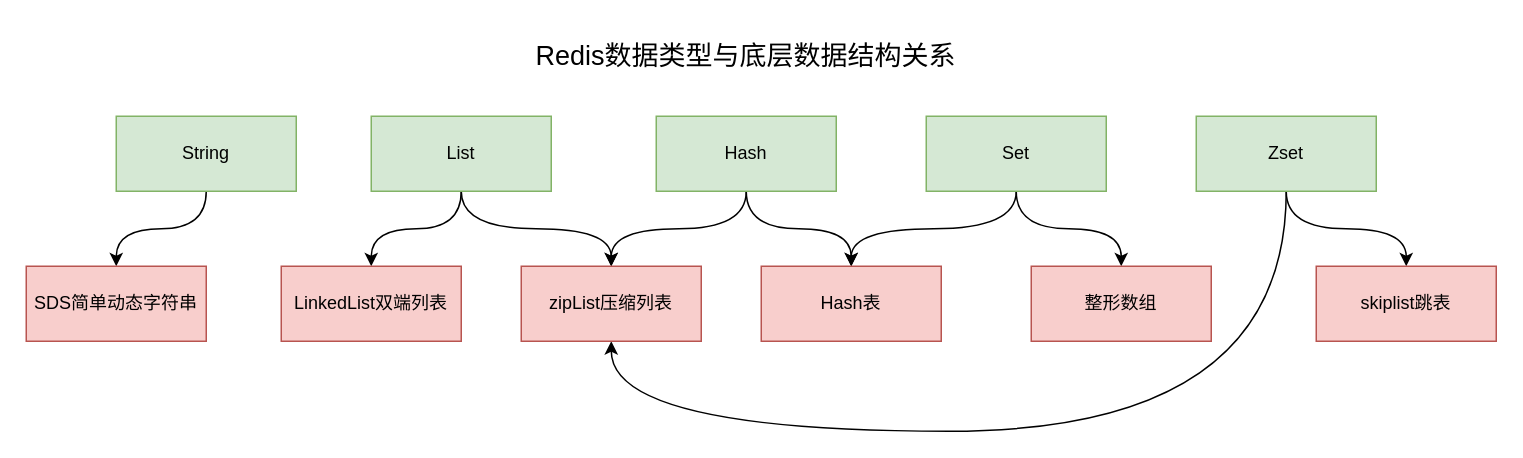
huyun0614/draw.io keeps this draw.io diagram as Reids学习.drawio. Above is the earlier version. Source tidied: cells renumbered, new cells numbered last; positions are measured from the earlier drawing's top-left corner, leaving out a move shared by most shapes. Both pictures are drawn from the tidied source at 150%, with x=0, y=0 at pixel (26, 26).
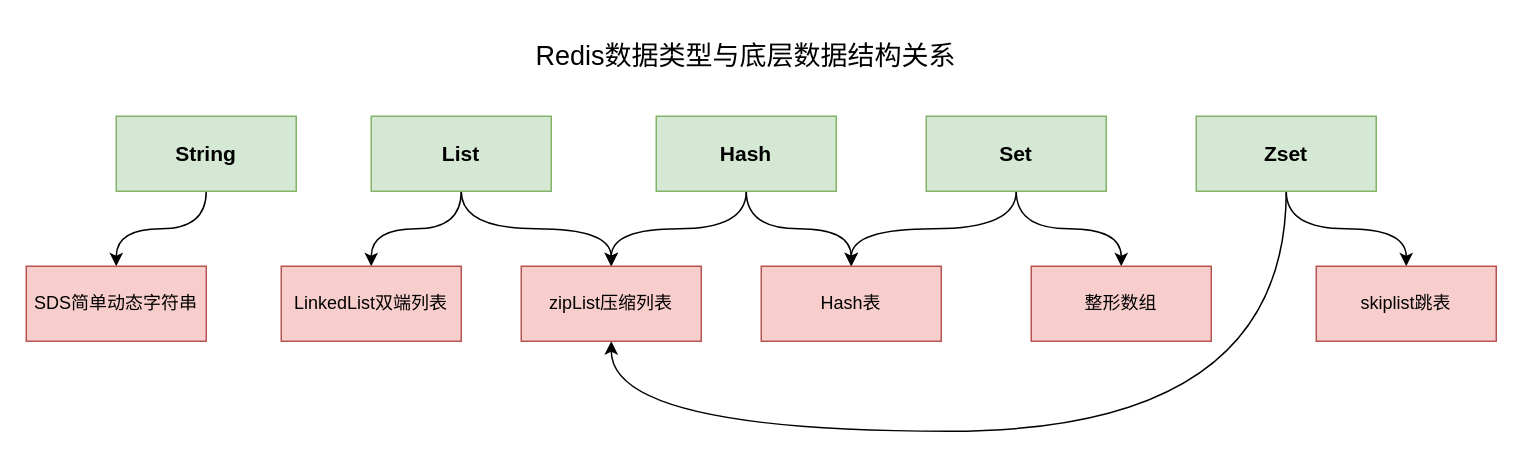
Above is the later version.

The edit, as a diff of the source:
```diff
@@
-    <mxCell id="3" value="String" style="rounded=0;whiteSpace=wrap;html=1;fillColor=#d5e8d4;strokeColor=#82b366;" parent="1" vertex="1">
+    <mxCell id="3" value="&lt;b&gt;&lt;font style=&quot;font-size: 14px&quot;&gt;String&lt;/font&gt;&lt;/b&gt;" style="rounded=0;whiteSpace=wrap;html=1;fillColor=#d5e8d4;strokeColor=#82b366;" parent="1" vertex="1">
       <mxGeometry x="60" y="60" width="120" height="50" as="geometry" />
     </mxCell>
@@
-    <mxCell id="6" value="List" style="rounded=0;whiteSpace=wrap;html=1;fillColor=#d5e8d4;strokeColor=#82b366;" parent="1" vertex="1">
+    <mxCell id="6" value="&lt;font style=&quot;font-size: 14px&quot;&gt;&lt;b&gt;List&lt;/b&gt;&lt;/font&gt;" style="rounded=0;whiteSpace=wrap;html=1;fillColor=#d5e8d4;strokeColor=#82b366;" parent="1" vertex="1">
       <mxGeometry x="230" y="60" width="120" height="50" as="geometry" />
     </mxCell>
@@
-    <mxCell id="9" value="Hash" style="rounded=0;whiteSpace=wrap;html=1;fillColor=#d5e8d4;strokeColor=#82b366;" parent="1" vertex="1">
+    <mxCell id="9" value="&lt;font style=&quot;font-size: 14px&quot;&gt;&lt;b&gt;Hash&lt;/b&gt;&lt;/font&gt;" style="rounded=0;whiteSpace=wrap;html=1;fillColor=#d5e8d4;strokeColor=#82b366;" parent="1" vertex="1">
       <mxGeometry x="420" y="60" width="120" height="50" as="geometry" />
     </mxCell>
@@
-    <mxCell id="12" value="Set" style="rounded=0;whiteSpace=wrap;html=1;fillColor=#d5e8d4;strokeColor=#82b366;" parent="1" vertex="1">
+    <mxCell id="12" value="&lt;font style=&quot;font-size: 14px&quot;&gt;&lt;b&gt;Set&lt;/b&gt;&lt;/font&gt;" style="rounded=0;whiteSpace=wrap;html=1;fillColor=#d5e8d4;strokeColor=#82b366;" parent="1" vertex="1">
       <mxGeometry x="600" y="60" width="120" height="50" as="geometry" />
     </mxCell>
@@
-    <mxCell id="15" value="Zset" style="rounded=0;whiteSpace=wrap;html=1;fillColor=#d5e8d4;strokeColor=#82b366;" parent="1" vertex="1">
+    <mxCell id="15" value="&lt;font style=&quot;font-size: 14px&quot;&gt;&lt;b&gt;Zset&lt;/b&gt;&lt;/font&gt;" style="rounded=0;whiteSpace=wrap;html=1;fillColor=#d5e8d4;strokeColor=#82b366;" parent="1" vertex="1">
       <mxGeometry x="780" y="60" width="120" height="50" as="geometry" />
     </mxCell>
```
